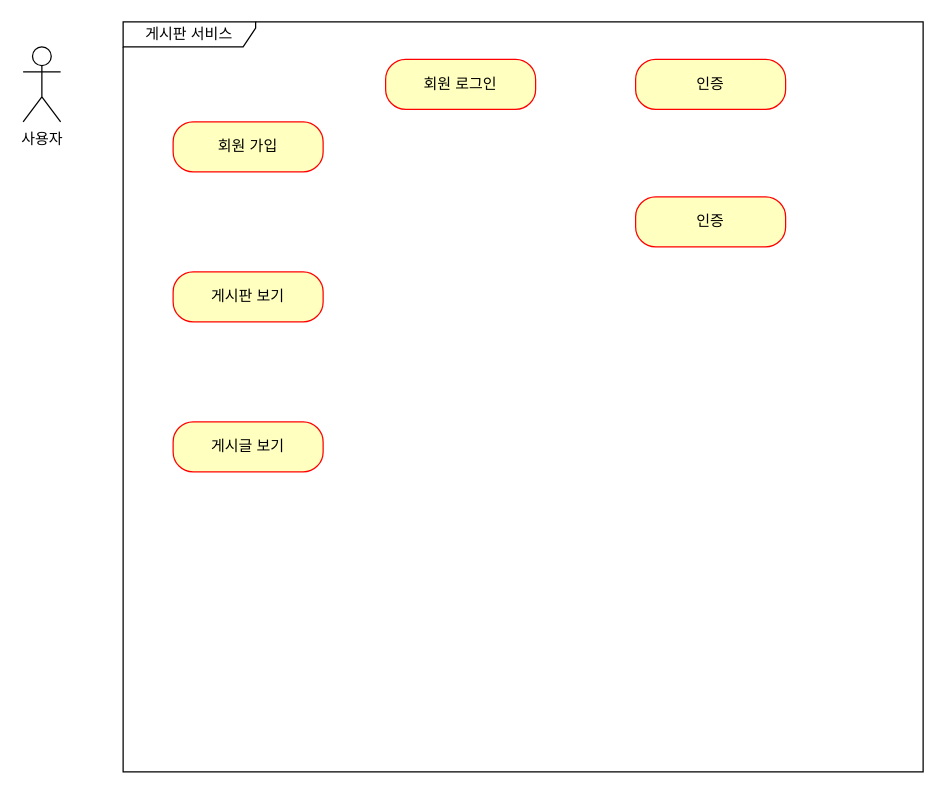
Before: document/제목 없는 다이어그램.drawio in YY-Tech/practice-project-board, a draw.io diagram. Source tidied: cells renumbered, new cells numbered last; positions are measured from the earlier drawing's top-left corner, leaving out a move shared by most shapes. Both pictures are drawn from the tidied source at 125%, with x=0, y=0 at pixel (22, 21).
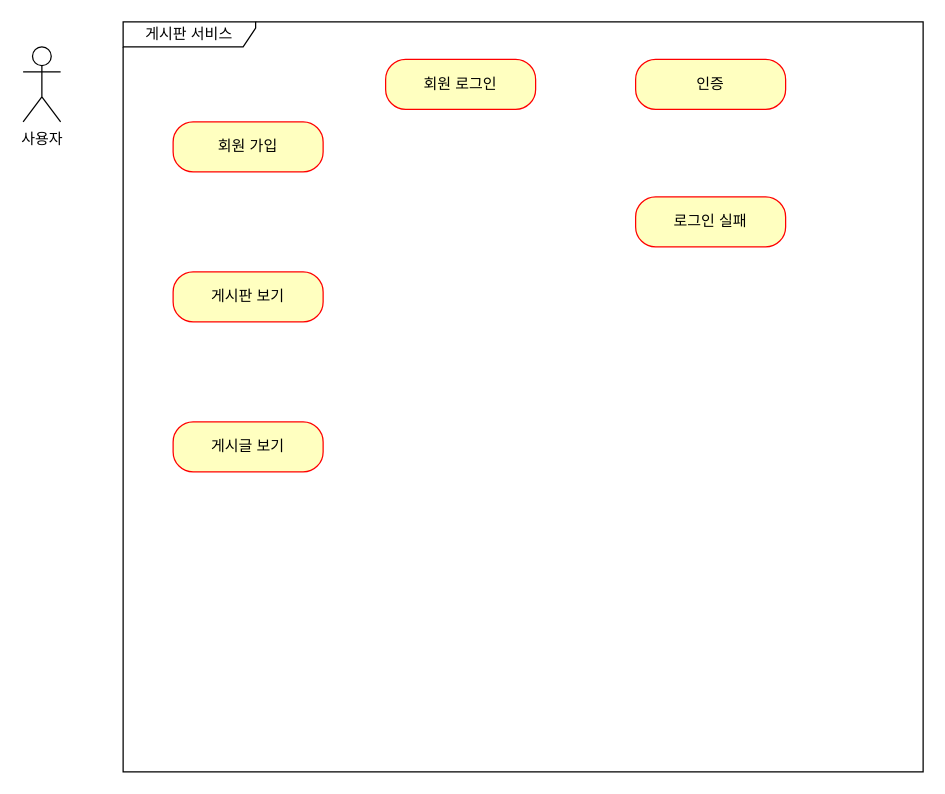
Above is the later version.

Commit message:
제목 없는 다이어그램.drawio 업데이트

The edit, as a diff of the source:
```diff
@@
 <mxGraphModel>
   <root>
     <mxCell id="0" />
     <mxCell id="1" parent="0" />
     <mxCell id="2" value="사용자" style="shape=umlActor;verticalLabelPosition=bottom;verticalAlign=top;html=1;" parent="1" vertex="1">
       <mxGeometry y="20" width="30" height="60" as="geometry" />
     </mxCell>
     <mxCell id="3" value="게시판 서비스" style="shape=umlFrame;whiteSpace=wrap;html=1;width=106;height=20;" parent="1" vertex="1">
       <mxGeometry x="80" width="640" height="600" as="geometry" />
     </mxCell>
     <mxCell id="4" value="회원 가입" style="rounded=1;whiteSpace=wrap;html=1;arcSize=40;fontColor=#000000;fillColor=#ffffc0;strokeColor=#ff0000;" parent="1" vertex="1">
       <mxGeometry x="120" y="80" width="120" height="40" as="geometry" />
     </mxCell>
     <mxCell id="5" value="게시판 보기" style="rounded=1;whiteSpace=wrap;html=1;arcSize=40;fontColor=#000000;fillColor=#ffffc0;strokeColor=#ff0000;" parent="1" vertex="1">
       <mxGeometry x="120" y="200" width="120" height="40" as="geometry" />
     </mxCell>
     <mxCell id="6" value="게시글 보기" style="rounded=1;whiteSpace=wrap;html=1;arcSize=40;fontColor=#000000;fillColor=#ffffc0;strokeColor=#ff0000;" parent="1" vertex="1">
       <mxGeometry x="120" y="320" width="120" height="40" as="geometry" />
     </mxCell>
     <mxCell id="7" value="회원 로그인" style="rounded=1;whiteSpace=wrap;html=1;arcSize=40;fontColor=#000000;fillColor=#ffffc0;strokeColor=#ff0000;" parent="1" vertex="1">
       <mxGeometry x="290" y="30" width="120" height="40" as="geometry" />
     </mxCell>
     <mxCell id="8" value="인증" style="rounded=1;whiteSpace=wrap;html=1;arcSize=40;fontColor=#000000;fillColor=#ffffc0;strokeColor=#ff0000;" parent="1" vertex="1">
       <mxGeometry x="490" y="30" width="120" height="40" as="geometry" />
     </mxCell>
-    <mxCell id="9" value="인증" style="rounded=1;whiteSpace=wrap;html=1;arcSize=40;fontColor=#000000;fillColor=#ffffc0;strokeColor=#ff0000;" parent="1" vertex="1">
+    <mxCell id="9" value="로그인 실패" style="rounded=1;whiteSpace=wrap;html=1;arcSize=40;fontColor=#000000;fillColor=#ffffc0;strokeColor=#ff0000;" parent="1" vertex="1">
       <mxGeometry x="490" y="140" width="120" height="40" as="geometry" />
     </mxCell>
   </root>
 </mxGraphModel>
```
